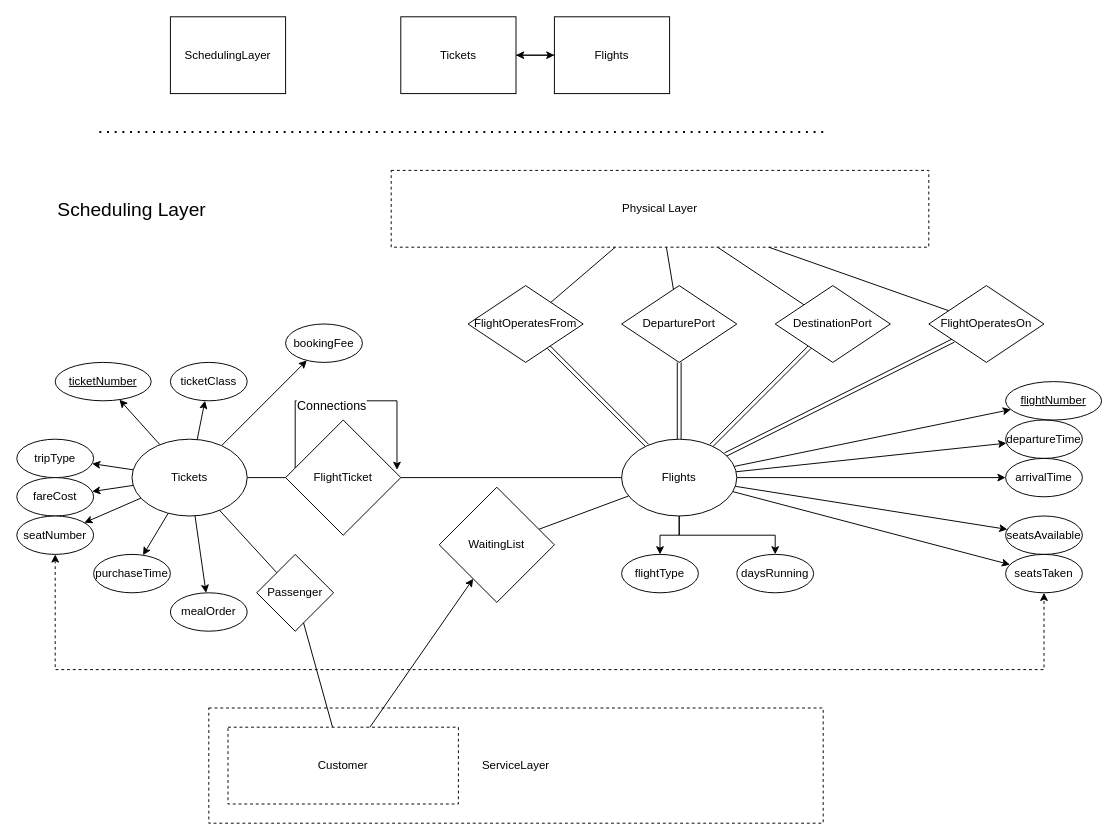
Before: page "SchedulingLayer" (4 of 7) of ERDiagram.drawio in kyle4036/DatabaseManagement2026Project1, a draw.io diagram. Source tidied: cells renumbered, new cells numbered last; positions are measured from the earlier drawing's top-left corner, leaving out a move shared by most shapes. Both pictures are drawn from the tidied source at 96%, with x=0, y=0 at pixel (16, 16).
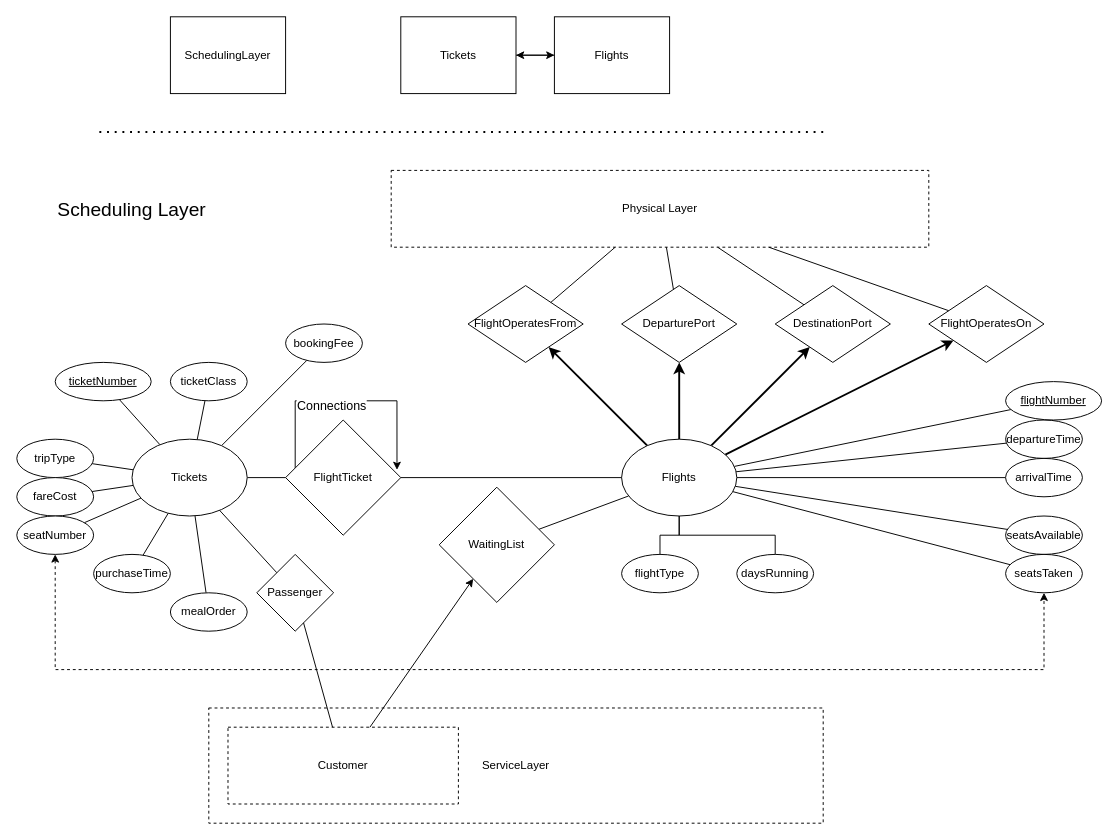
The same diagram, later.

The change refers to these unchanged cells:
```xml
<mxCell id="21" value="Flights" style="ellipse;whiteSpace=wrap;html=1;" parent="1" vertex="1">
  <mxGeometry x="630" y="440" width="120" height="80" as="geometry" />
</mxCell>
<mxCell id="31" value="Tickets" style="ellipse;whiteSpace=wrap;html=1;" parent="1" vertex="1">
  <mxGeometry x="120" y="440" width="120" height="80" as="geometry" />
</mxCell>
<mxCell id="34" value="DestinationPort" style="rhombus;whiteSpace=wrap;html=1;" parent="33" vertex="1">
  <mxGeometry x="320" width="120" height="80" as="geometry" />
</mxCell>
<mxCell id="35" value="DeparturePort" style="rhombus;whiteSpace=wrap;html=1;" parent="33" vertex="1">
  <mxGeometry x="160" width="120" height="80" as="geometry" />
</mxCell>
<mxCell id="36" value="FlightOperatesFrom" style="rhombus;whiteSpace=wrap;html=1;" parent="33" vertex="1">
  <mxGeometry width="120" height="80" as="geometry" />
</mxCell>
<mxCell id="37" value="&lt;font&gt;FlightOperatesOn&lt;/font&gt;" style="rhombus;whiteSpace=wrap;html=1;" parent="33" vertex="1">
  <mxGeometry x="480" width="120" height="80" as="geometry" />
</mxCell>
<mxCell id="38" value="flightType" style="ellipse;whiteSpace=wrap;html=1;" parent="1" vertex="1">
  <mxGeometry x="630" y="560" width="80" height="40" as="geometry" />
</mxCell>
<mxCell id="39" value="daysRunning" style="ellipse;whiteSpace=wrap;html=1;" parent="1" vertex="1">
  <mxGeometry x="750" y="560" width="80" height="40" as="geometry" />
</mxCell>
<mxCell id="40" value="departureTime" style="ellipse;whiteSpace=wrap;html=1;" parent="1" vertex="1">
  <mxGeometry x="1030" y="420" width="80" height="40" as="geometry" />
</mxCell>
<mxCell id="41" value="arrivalTime" style="ellipse;whiteSpace=wrap;html=1;" parent="1" vertex="1">
  <mxGeometry x="1030" y="460" width="80" height="40" as="geometry" />
</mxCell>
<mxCell id="46" value="seatsAvailable" style="ellipse;whiteSpace=wrap;html=1;" parent="1" vertex="1">
  <mxGeometry x="1030" y="520" width="80" height="40" as="geometry" />
</mxCell>
<mxCell id="47" value="seatsTaken" style="ellipse;whiteSpace=wrap;html=1;" parent="1" vertex="1">
  <mxGeometry x="1030" y="560" width="80" height="40" as="geometry" />
</mxCell>
<mxCell id="53" value="ticketNumber" style="ellipse;whiteSpace=wrap;html=1;align=center;fontStyle=4;" parent="1" vertex="1">
  <mxGeometry x="40" y="360" width="100" height="40" as="geometry" />
</mxCell>
<mxCell id="54" value="flightNumber" style="ellipse;whiteSpace=wrap;html=1;align=center;fontStyle=4;" parent="1" vertex="1">
  <mxGeometry x="1030" y="380" width="100" height="40" as="geometry" />
</mxCell>
<mxCell id="57" value="tripType" style="ellipse;whiteSpace=wrap;html=1;" parent="1" vertex="1">
  <mxGeometry y="440" width="80" height="40" as="geometry" />
</mxCell>
<mxCell id="58" value="fareCost" style="ellipse;whiteSpace=wrap;html=1;" parent="1" vertex="1">
  <mxGeometry y="480" width="80" height="40" as="geometry" />
</mxCell>
<mxCell id="65" value="seatNumber" style="ellipse;whiteSpace=wrap;html=1;" parent="1" vertex="1">
  <mxGeometry y="520" width="80" height="40" as="geometry" />
</mxCell>
<mxCell id="66" value="purchaseTime" style="ellipse;whiteSpace=wrap;html=1;" parent="1" vertex="1">
  <mxGeometry x="80" y="560" width="80" height="40" as="geometry" />
</mxCell>
<mxCell id="67" value="ticketClass" style="ellipse;whiteSpace=wrap;html=1;" parent="1" vertex="1">
  <mxGeometry x="160" y="360" width="80" height="40" as="geometry" />
</mxCell>
<mxCell id="68" value="mealOrder" style="ellipse;whiteSpace=wrap;html=1;" parent="1" vertex="1">
  <mxGeometry x="160" y="600" width="80" height="40" as="geometry" />
</mxCell>
<mxCell id="69" value="bookingFee" style="ellipse;whiteSpace=wrap;html=1;" parent="1" vertex="1">
  <mxGeometry x="280" y="320" width="80" height="40" as="geometry" />
</mxCell>
```

Change to the diagram source:
```diff
@@
-    <mxCell id="9" style="rounded=0;jettySize=auto;html=1;shape=link;" parent="1" edge="1" source="21" target="36">
+    <mxCell id="9" style="rounded=0;jettySize=auto;html=1;strokeWidth=2;endArrow=classic;endFill=1;" parent="1" edge="1" source="21" target="36">
       <mxGeometry relative="1" as="geometry" />
     </mxCell>
-    <mxCell id="10" style="rounded=0;jettySize=auto;html=1;shape=link;" parent="1" edge="1" source="21" target="35">
+    <mxCell id="10" style="rounded=0;jettySize=auto;html=1;endArrow=classic;endFill=1;strokeWidth=2;" parent="1" edge="1" source="21" target="35">
       <mxGeometry relative="1" as="geometry" />
     </mxCell>
-    <mxCell id="11" style="rounded=0;jettySize=auto;html=1;shape=link;" parent="1" edge="1" source="21" target="34">
+    <mxCell id="11" style="rounded=0;jettySize=auto;html=1;endArrow=classic;endFill=1;strokeWidth=2;" parent="1" edge="1" source="21" target="34">
       <mxGeometry relative="1" as="geometry" />
     </mxCell>
-    <mxCell id="12" style="rounded=0;jettySize=auto;html=1;shape=link;" parent="1" edge="1" source="21" target="37">
+    <mxCell id="12" style="rounded=0;jettySize=auto;html=1;endArrow=classic;endFill=1;strokeWidth=2;" parent="1" edge="1" source="21" target="37">
       <mxGeometry relative="1" as="geometry" />
     </mxCell>
-    <mxCell id="13" style="edgeStyle=orthogonalEdgeStyle;rounded=0;jettySize=auto;html=1;" parent="1" edge="1" source="21" target="38">
+    <mxCell id="13" style="edgeStyle=orthogonalEdgeStyle;rounded=0;jettySize=auto;html=1;endArrow=none;endFill=0;" parent="1" edge="1" source="21" target="38">
       <mxGeometry relative="1" as="geometry" />
     </mxCell>
-    <mxCell id="14" style="edgeStyle=orthogonalEdgeStyle;rounded=0;jettySize=auto;html=1;" parent="1" edge="1" source="21" target="39">
+    <mxCell id="14" style="edgeStyle=orthogonalEdgeStyle;rounded=0;jettySize=auto;html=1;endArrow=none;endFill=0;" parent="1" edge="1" source="21" target="39">
       <mxGeometry relative="1" as="geometry" />
     </mxCell>
-    <mxCell id="15" style="rounded=0;jettySize=auto;html=1;" parent="1" edge="1" source="21" target="40">
+    <mxCell id="15" style="rounded=0;jettySize=auto;html=1;endArrow=none;endFill=0;" parent="1" edge="1" source="21" target="40">
       <mxGeometry relative="1" as="geometry" />
     </mxCell>
-    <mxCell id="16" style="rounded=0;jettySize=auto;html=1;" parent="1" edge="1" source="21" target="54">
+    <mxCell id="16" style="rounded=0;jettySize=auto;html=1;endArrow=none;endFill=0;" parent="1" edge="1" source="21" target="54">
       <mxGeometry relative="1" as="geometry" />
     </mxCell>
-    <mxCell id="17" style="rounded=0;jettySize=auto;html=1;" parent="1" edge="1" source="21" target="41">
+    <mxCell id="17" style="rounded=0;jettySize=auto;html=1;endArrow=none;endFill=0;" parent="1" edge="1" source="21" target="41">
       <mxGeometry relative="1" as="geometry" />
     </mxCell>
-    <mxCell id="18" style="rounded=0;jettySize=auto;html=1;" parent="1" edge="1" source="21" target="46">
+    <mxCell id="18" style="rounded=0;jettySize=auto;html=1;endArrow=none;endFill=0;" parent="1" edge="1" source="21" target="46">
       <mxGeometry relative="1" as="geometry" />
     </mxCell>
-    <mxCell id="19" style="rounded=0;jettySize=auto;html=1;" parent="1" edge="1" source="21" target="47">
+    <mxCell id="19" style="rounded=0;jettySize=auto;html=1;endArrow=none;endFill=0;" parent="1" edge="1" source="21" target="47">
       <mxGeometry relative="1" as="geometry" />
     </mxCell>
@@
-    <mxCell id="23" style="rounded=0;jettySize=auto;html=1;" parent="1" edge="1" source="31" target="53">
+    <mxCell id="23" style="rounded=0;jettySize=auto;html=1;endArrow=none;endFill=0;" parent="1" edge="1" source="31" target="53">
       <mxGeometry relative="1" as="geometry" />
     </mxCell>
-    <mxCell id="24" style="rounded=0;jettySize=auto;html=1;" parent="1" edge="1" source="31" target="57">
+    <mxCell id="24" style="rounded=0;jettySize=auto;html=1;endArrow=none;endFill=0;" parent="1" edge="1" source="31" target="57">
       <mxGeometry relative="1" as="geometry" />
     </mxCell>
-    <mxCell id="25" style="rounded=0;jettySize=auto;html=1;" parent="1" edge="1" source="31" target="58">
+    <mxCell id="25" style="rounded=0;jettySize=auto;html=1;endArrow=none;endFill=0;" parent="1" edge="1" source="31" target="58">
       <mxGeometry relative="1" as="geometry" />
     </mxCell>
-    <mxCell id="26" style="rounded=0;jettySize=auto;html=1;" parent="1" edge="1" source="31" target="65">
+    <mxCell id="26" style="rounded=0;jettySize=auto;html=1;endArrow=none;endFill=0;" parent="1" edge="1" source="31" target="65">
       <mxGeometry relative="1" as="geometry" />
     </mxCell>
-    <mxCell id="27" style="rounded=0;jettySize=auto;html=1;" parent="1" edge="1" source="31" target="66">
+    <mxCell id="27" style="rounded=0;jettySize=auto;html=1;endArrow=none;endFill=0;" parent="1" edge="1" source="31" target="66">
       <mxGeometry relative="1" as="geometry" />
     </mxCell>
-    <mxCell id="28" style="rounded=0;jettySize=auto;html=1;" parent="1" edge="1" source="31" target="67">
+    <mxCell id="28" style="rounded=0;jettySize=auto;html=1;endArrow=none;endFill=0;" parent="1" edge="1" source="31" target="67">
       <mxGeometry relative="1" as="geometry" />
     </mxCell>
-    <mxCell id="29" style="rounded=0;jettySize=auto;html=1;" parent="1" edge="1" source="31" target="68">
+    <mxCell id="29" style="rounded=0;jettySize=auto;html=1;endArrow=none;endFill=0;" parent="1" edge="1" source="31" target="68">
       <mxGeometry relative="1" as="geometry" />
     </mxCell>
-    <mxCell id="30" style="rounded=0;jettySize=auto;html=1;" parent="1" edge="1" source="31" target="69">
+    <mxCell id="30" style="rounded=0;jettySize=auto;html=1;endArrow=none;endFill=0;" parent="1" edge="1" source="31" target="69">
       <mxGeometry relative="1" as="geometry" />
     </mxCell>
```
